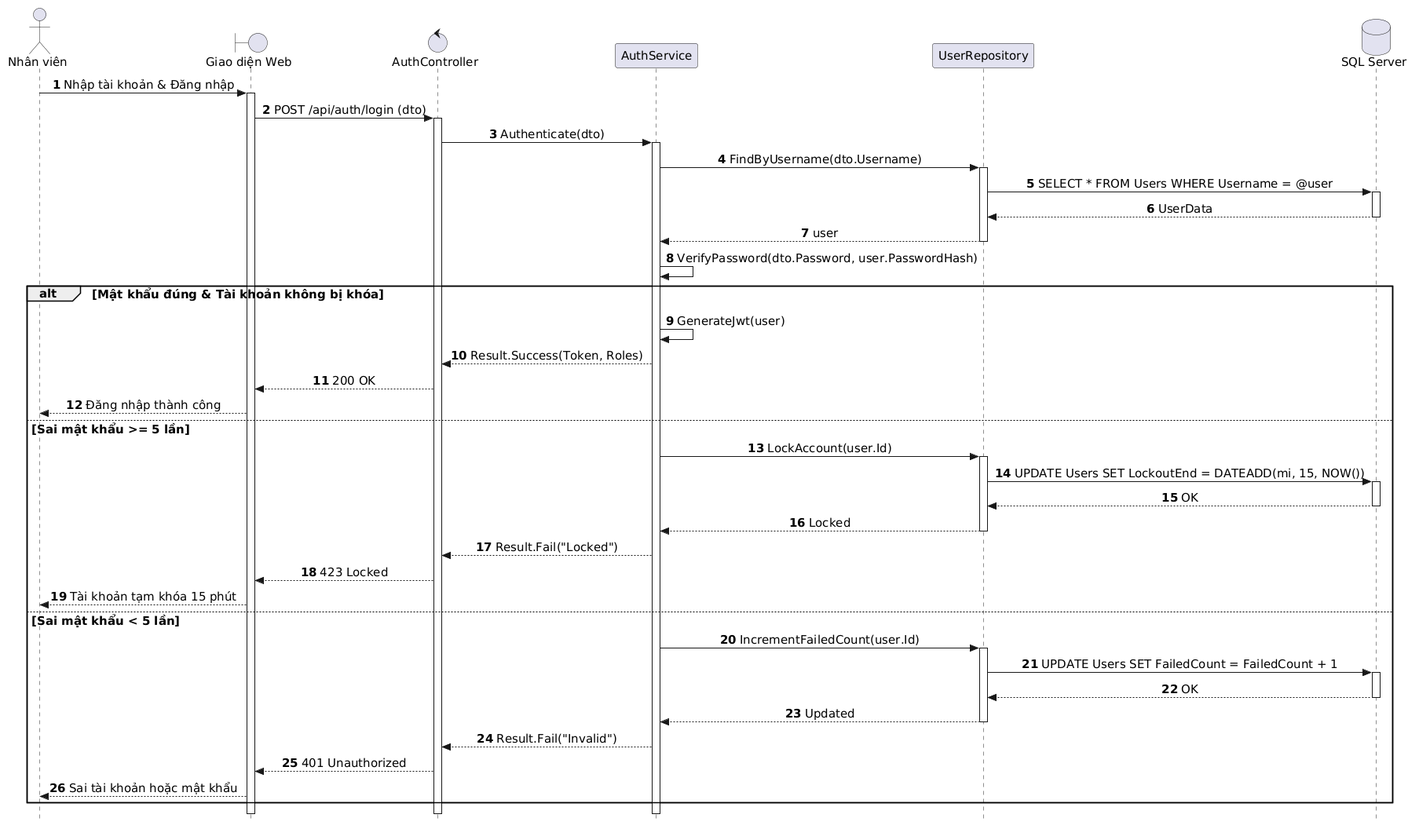
AndrewQng/VinDining keeps this PlantUML diagram as out/docs/puml/sequences/SD_UC_E5_Staff_Authentication/SD_UC_E5_Staff_Authentication.png. Above is the earlier version. Its diagram source:
```plantuml
@startuml
autonumber
skinparam style strictuml
skinparam sequenceMessageAlign center
skinparam responseMessageBelowArrow true
skinparam defaultFontName "Segoe UI", Arial, sans-serif
skinparam defaultFontSize 15

actor "Nhân viên" as Staff
boundary "Giao diện Web" as UI
control "AuthController" as Controller
participant "AuthService" as Service
participant "UserRepository" as Repo
database "SQL Server" as DB

Staff -> UI: Nhập tài khoản & Đăng nhập
activate UI
UI -> Controller: POST /api/auth/login (dto)
activate Controller
Controller -> Service: Authenticate(dto)
activate Service

Service -> Repo: FindByUsername(dto.Username)
activate Repo
Repo -> DB: SELECT * FROM Users WHERE Username = @user
activate DB
DB --> Repo: UserData
deactivate DB
Repo --> Service: user
deactivate Repo

Service -> Service: VerifyPassword(dto.Password, user.PasswordHash)

alt Mật khẩu đúng & Tài khoản không bị khóa
    Service -> Service: GenerateJwt(user)
    Service --> Controller: Result.Success(Token, Roles)
    Controller --> UI: 200 OK
    UI --> Staff: Đăng nhập thành công
else Sai mật khẩu >= 5 lần
    Service -> Repo: LockAccount(user.Id)
    activate Repo
    Repo -> DB: UPDATE Users SET LockoutEnd = DATEADD(mi, 15, NOW())
    activate DB
    DB --> Repo: OK
    deactivate DB
    Repo --> Service: Locked
    deactivate Repo
    Service --> Controller: Result.Fail("Locked")
    Controller --> UI: 423 Locked
    UI --> Staff: Tài khoản tạm khóa 15 phút
else Sai mật khẩu < 5 lần
    Service -> Repo: IncrementFailedCount(user.Id)
    activate Repo
    Repo -> DB: UPDATE Users SET FailedCount = FailedCount + 1
    activate DB
    DB --> Repo: OK
    deactivate DB
    Repo --> Service: Updated
    deactivate Repo
    Service --> Controller: Result.Fail("Invalid")
    Controller --> UI: 401 Unauthorized
    UI --> Staff: Sai tài khoản hoặc mật khẩu
end

deactivate Service
deactivate Controller
deactivate UI
@enduml
```
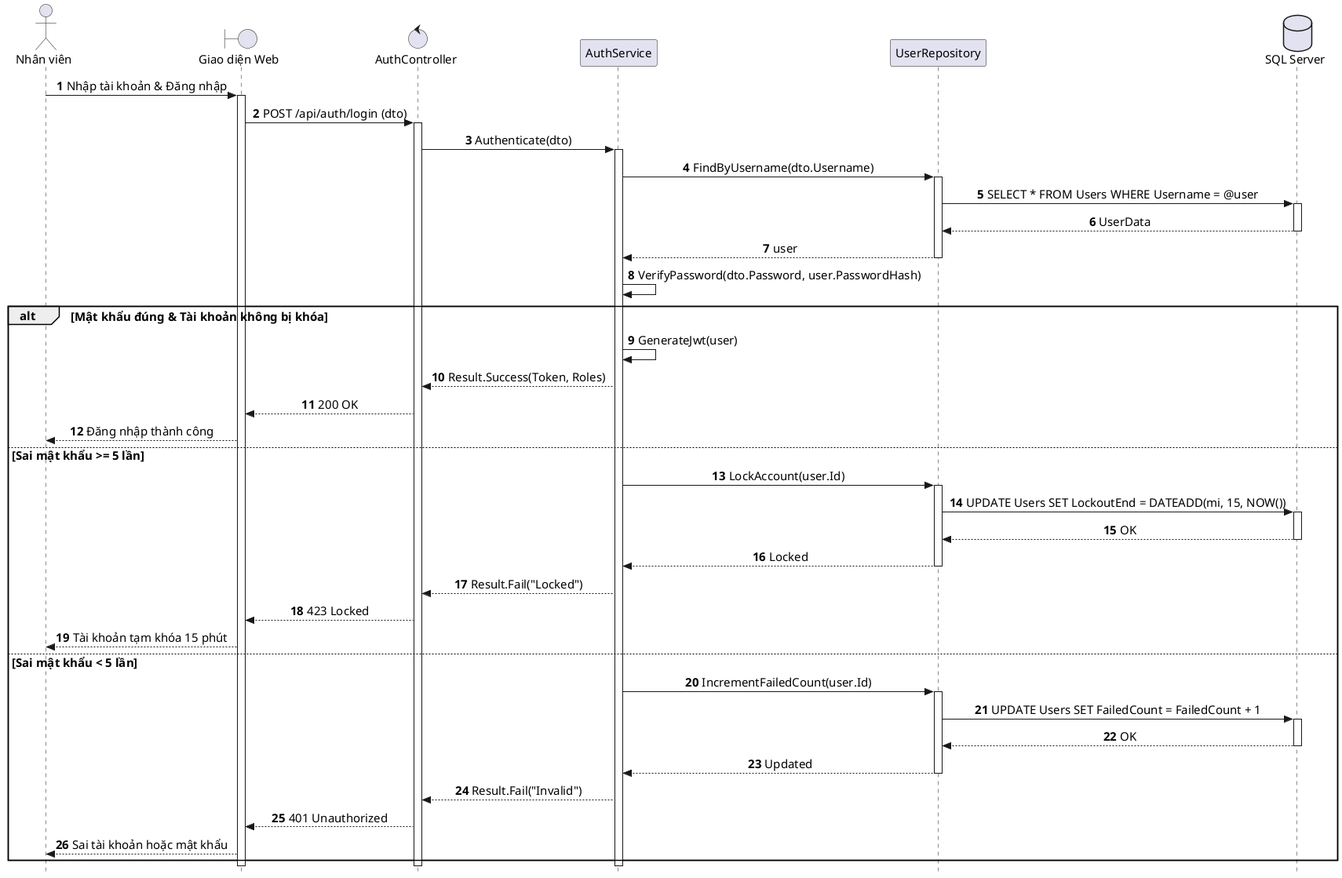
The same file after the commit.

The edit, as a diff of the source:
```diff
@@ -1,4 +1,4 @@
-@startuml
+@startuml SD_UC_E5_Staff_Authentication
 autonumber
 skinparam style strictuml
 skinparam sequenceMessageAlign center
```
